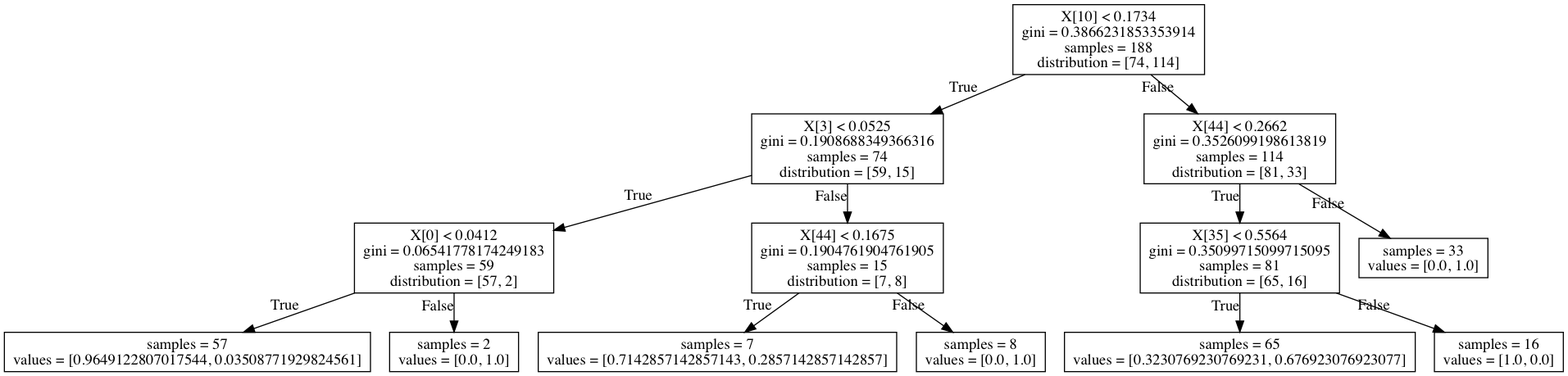
This is xiax_exps/tree.png from xingfanxia/comps_ediscovery, a Graphviz export, as it was before one commit. Its source is kept beside it as xiax_exps/tree.dot. Source of this version:
```dot
digraph Tree {
node [shape=box];
2974850473 [label="X[10] < 0.1734
gini = 0.3866231853353914
samples = 188
distribution = [74, 114]"];
7062461470 [label="X[3] < 0.0525
gini = 0.1908688349366316
samples = 74
distribution = [59, 15]"];
2974850473 -> 7062461470 [labeldistance=8, labelangle=30, xlabel="True"]
1125776940 [label="X[44] < 0.2662
gini = 0.3526099198613819
samples = 114
distribution = [81, 33]"];
2974850473 -> 1125776940 [labeldistance=8, labelangle=-30, xlabel="False"]
2417634809 [label="X[0] < 0.0412
gini = 0.06541778174249183
samples = 59
distribution = [57, 2]"];
7062461470 -> 2417634809 [labeldistance=8, labelangle=30, xlabel="True"]
1762320756 [label="X[44] < 0.1675
gini = 0.1904761904761905
samples = 15
distribution = [7, 8]"];
7062461470 -> 1762320756 [labeldistance=8, labelangle=-30, xlabel="False"]
9402639856 [label="X[35] < 0.5564
gini = 0.35099715099715095
samples = 81
distribution = [65, 16]"];
1125776940 -> 9402639856 [labeldistance=8, labelangle=30, xlabel="True"]
5638708853 [label="samples = 33
values = [0.0, 1.0]"];
1125776940 -> 5638708853 [labeldistance=8, labelangle=-30, xlabel="False"]
5869682784 [label="samples = 57
values = [0.9649122807017544, 0.03508771929824561]"];
2417634809 -> 5869682784 [labeldistance=8, labelangle=30, xlabel="True"]
7730958837 [label="samples = 2
values = [0.0, 1.0]"];
2417634809 -> 7730958837 [labeldistance=8, labelangle=-30, xlabel="False"]
7752762055 [label="samples = 7
values = [0.7142857142857143, 0.2857142857142857]"];
1762320756 -> 7752762055 [labeldistance=8, labelangle=30, xlabel="True"]
4617040030 [label="samples = 8
values = [0.0, 1.0]"];
1762320756 -> 4617040030 [labeldistance=8, labelangle=-30, xlabel="False"]
8639009637 [label="samples = 65
values = [0.3230769230769231, 0.676923076923077]"];
9402639856 -> 8639009637 [labeldistance=8, labelangle=30, xlabel="True"]
1464176224 [label="samples = 16
values = [1.0, 0.0]"];
9402639856 -> 1464176224 [labeldistance=8, labelangle=-30, xlabel="False"]
}
```
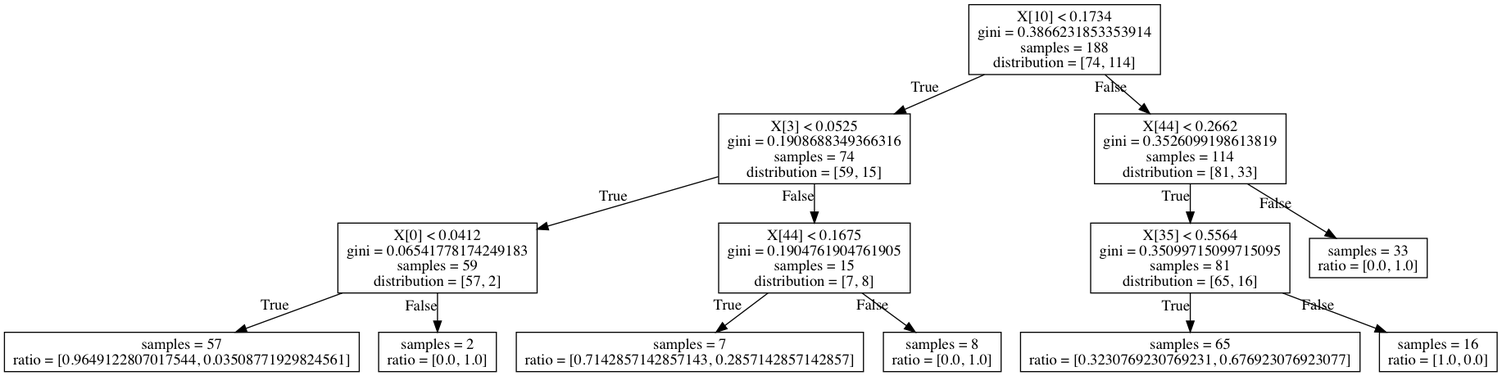
The same diagram one commit later.

Change to the diagram source:
```diff
@@ -1,53 +1,53 @@
 digraph Tree {
 node [shape=box];
-2974850473 [label="X[10] < 0.1734
+1627041018 [label="X[10] < 0.1734
 gini = 0.3866231853353914
 samples = 188
 distribution = [74, 114]"];
-7062461470 [label="X[3] < 0.0525
+6914585879 [label="X[3] < 0.0525
 gini = 0.1908688349366316
 samples = 74
 distribution = [59, 15]"];
-2974850473 -> 7062461470 [labeldistance=8, labelangle=30, xlabel="True"]
-1125776940 [label="X[44] < 0.2662
+1627041018 -> 6914585879 [labeldistance=8, labelangle=30, xlabel="True"]
+6397634873 [label="X[44] < 0.2662
 gini = 0.3526099198613819
 samples = 114
 distribution = [81, 33]"];
-2974850473 -> 1125776940 [labeldistance=8, labelangle=-30, xlabel="False"]
-2417634809 [label="X[0] < 0.0412
+1627041018 -> 6397634873 [labeldistance=8, labelangle=-30, xlabel="False"]
+8928110768 [label="X[0] < 0.0412
 gini = 0.06541778174249183
 samples = 59
 distribution = [57, 2]"];
-7062461470 -> 2417634809 [labeldistance=8, labelangle=30, xlabel="True"]
-1762320756 [label="X[44] < 0.1675
+6914585879 -> 8928110768 [labeldistance=8, labelangle=30, xlabel="True"]
+1903016023 [label="X[44] < 0.1675
 gini = 0.1904761904761905
 samples = 15
 distribution = [7, 8]"];
-7062461470 -> 1762320756 [labeldistance=8, labelangle=-30, xlabel="False"]
-9402639856 [label="X[35] < 0.5564
+6914585879 -> 1903016023 [labeldistance=8, labelangle=-30, xlabel="False"]
+9907503828 [label="X[35] < 0.5564
 gini = 0.35099715099715095
 samples = 81
 distribution = [65, 16]"];
-1125776940 -> 9402639856 [labeldistance=8, labelangle=30, xlabel="True"]
-5638708853 [label="samples = 33
-values = [0.0, 1.0]"];
-1125776940 -> 5638708853 [labeldistance=8, labelangle=-30, xlabel="False"]
-5869682784 [label="samples = 57
-values = [0.9649122807017544, 0.03508771929824561]"];
-2417634809 -> 5869682784 [labeldistance=8, labelangle=30, xlabel="True"]
-7730958837 [label="samples = 2
-values = [0.0, 1.0]"];
-2417634809 -> 7730958837 [labeldistance=8, labelangle=-30, xlabel="False"]
-7752762055 [label="samples = 7
-values = [0.7142857142857143, 0.2857142857142857]"];
-1762320756 -> 7752762055 [labeldistance=8, labelangle=30, xlabel="True"]
-4617040030 [label="samples = 8
-values = [0.0, 1.0]"];
-1762320756 -> 4617040030 [labeldistance=8, labelangle=-30, xlabel="False"]
-8639009637 [label="samples = 65
-values = [0.3230769230769231, 0.676923076923077]"];
-9402639856 -> 8639009637 [labeldistance=8, labelangle=30, xlabel="True"]
-1464176224 [label="samples = 16
-values = [1.0, 0.0]"];
-9402639856 -> 1464176224 [labeldistance=8, labelangle=-30, xlabel="False"]
+6397634873 -> 9907503828 [labeldistance=8, labelangle=30, xlabel="True"]
+4901246806 [label="samples = 33
+ratio = [0.0, 1.0]"];
+6397634873 -> 4901246806 [labeldistance=8, labelangle=-30, xlabel="False"]
+6581939416 [label="samples = 57
+ratio = [0.9649122807017544, 0.03508771929824561]"];
+8928110768 -> 6581939416 [labeldistance=8, labelangle=30, xlabel="True"]
+7038894081 [label="samples = 2
+ratio = [0.0, 1.0]"];
+8928110768 -> 7038894081 [labeldistance=8, labelangle=-30, xlabel="False"]
+4824427798 [label="samples = 7
+ratio = [0.7142857142857143, 0.2857142857142857]"];
+1903016023 -> 4824427798 [labeldistance=8, labelangle=30, xlabel="True"]
+7986621351 [label="samples = 8
+ratio = [0.0, 1.0]"];
+1903016023 -> 7986621351 [labeldistance=8, labelangle=-30, xlabel="False"]
+9105689603 [label="samples = 65
+ratio = [0.3230769230769231, 0.676923076923077]"];
+9907503828 -> 9105689603 [labeldistance=8, labelangle=30, xlabel="True"]
+7896827318 [label="samples = 16
+ratio = [1.0, 0.0]"];
+9907503828 -> 7896827318 [labeldistance=8, labelangle=-30, xlabel="False"]
 }
```
